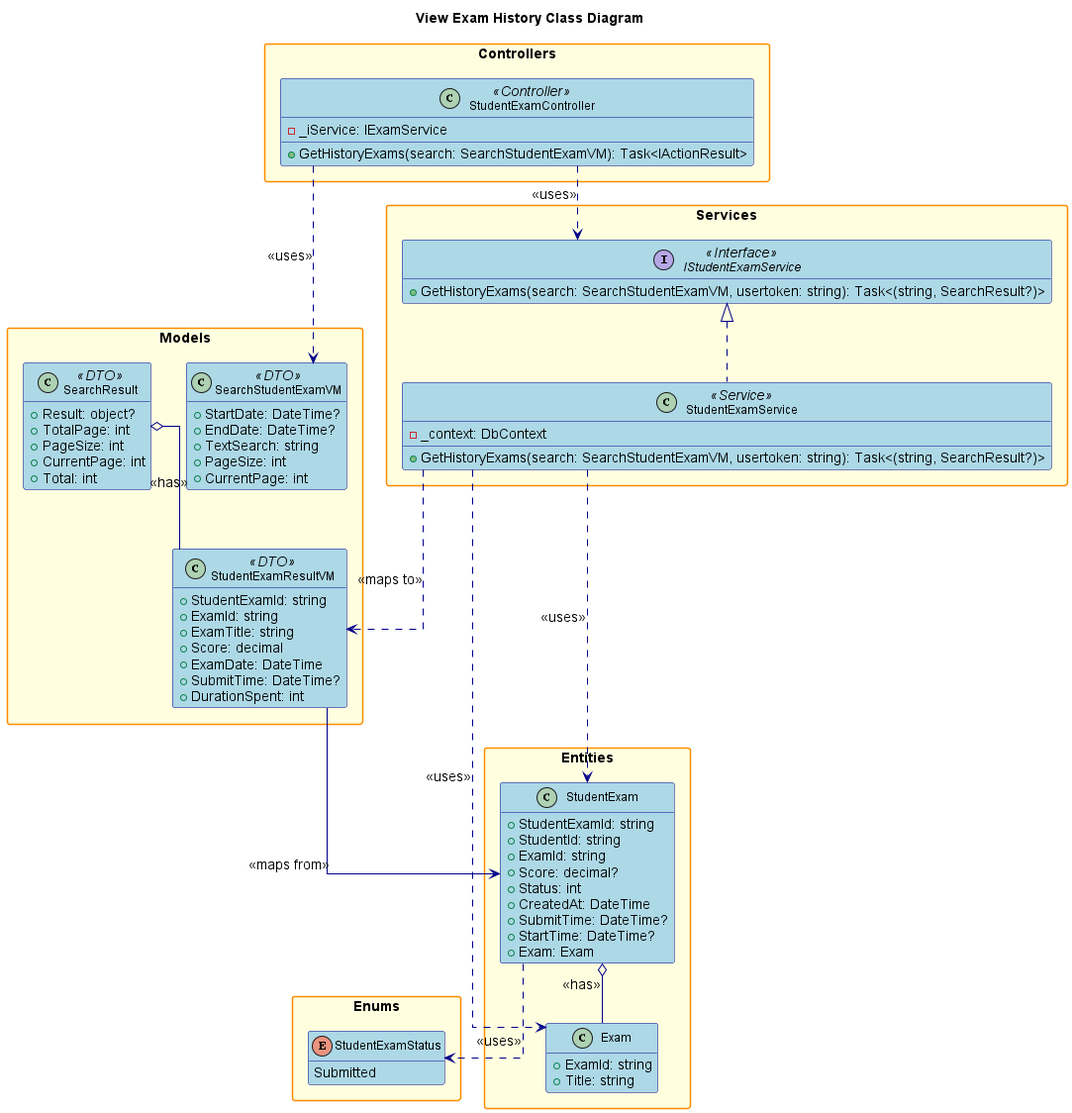
Above: design/out/viewexamhistory/viewexamhistory.png in conghoan1211/AI-Kiosk-Testing-system (PlantUML), before the change.
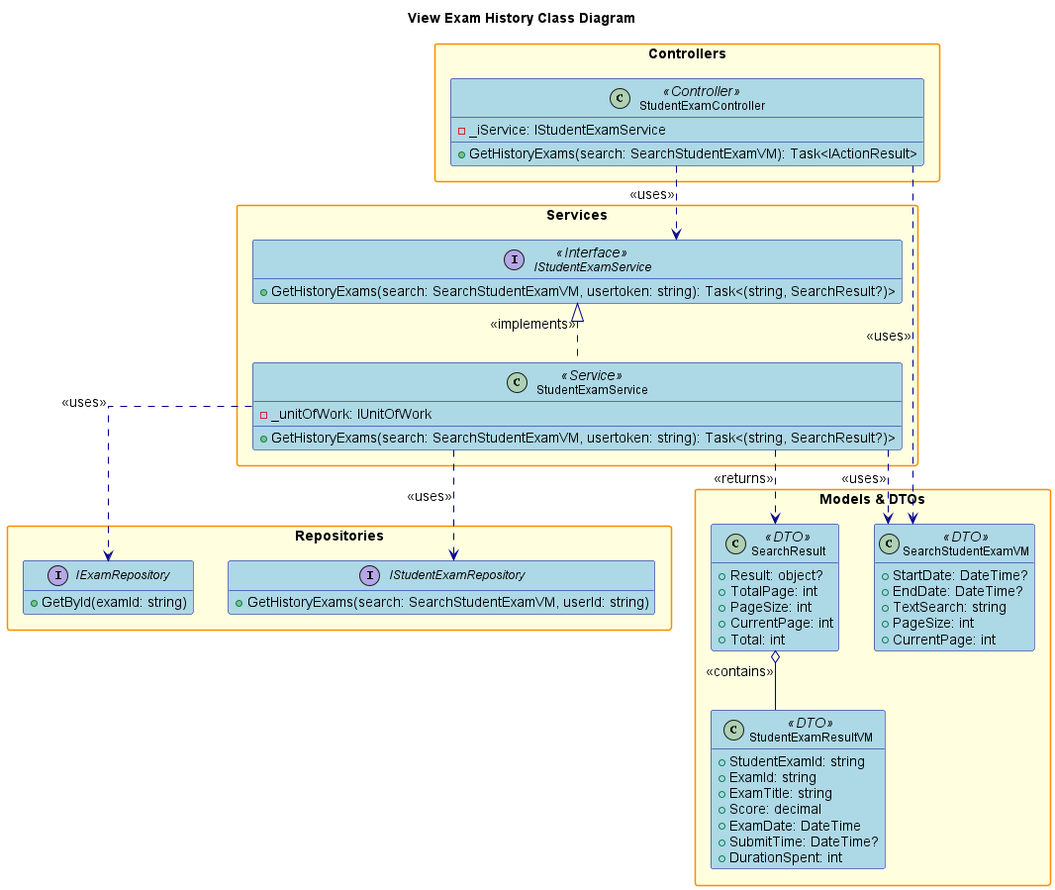
Above is the later version.

What changed in the source:
```diff
@@ -1,6 +1,4 @@
 @startuml
-
-title View Exam History Class Diagram
 
 hide empty members
 skinparam packageStyle rectangle
@@ -25,22 +23,17 @@
     FontSize 14
     FontStyle bold
 }
-
 skinparam interface {
     BackgroundColor LightGreen
     BorderColor DarkGreen
     FontSize 12
 }
 
-skinparam enum {
-    BackgroundColor LightCyan
-    BorderColor DarkCyan
-    FontSize 12
-}
+title View Exam History Class Diagram
 
 package "Controllers" {
     class StudentExamController <<Controller>> {
-        - _iService: IExamService
+        - _iService: IStudentExamService
         + GetHistoryExams(search: SearchStudentExamVM): Task<IActionResult>
     }
 }
@@ -50,12 +43,21 @@
         + GetHistoryExams(search: SearchStudentExamVM, usertoken: string): Task<(string, SearchResult?)>
     }
     class StudentExamService <<Service>> {
-        - _context: DbContext
+        - _unitOfWork: IUnitOfWork
         + GetHistoryExams(search: SearchStudentExamVM, usertoken: string): Task<(string, SearchResult?)>
     }
 }
 
-package "Models" {
+package "Repositories" {
+    interface IStudentExamRepository {
+        + GetHistoryExams(search: SearchStudentExamVM, userId: string)
+    }
+    interface IExamRepository {
+        + GetById(examId: string)
+    }
+}
+
+package "Models & DTOs" {
     class SearchStudentExamVM <<DTO>> {
         + StartDate: DateTime?
         + EndDate: DateTime?
@@ -81,39 +83,13 @@
     }
 }
 
-package "Entities" {
-    class StudentExam {
-        + StudentExamId: string
-        + StudentId: string
-        + ExamId: string
-        + Score: decimal?
-        + Status: int
-        + CreatedAt: DateTime
-        + SubmitTime: DateTime?
-        + StartTime: DateTime?
-        + Exam: Exam
-    }
-    class Exam {
-        + ExamId: string
-        + Title: string
-    }
-}
-
-package "Enums" {
-    enum StudentExamStatus {
-        Submitted
-    }
-}
-
 StudentExamController ..> IStudentExamService : <<uses>>
-IStudentExamService <|.. StudentExamService
 StudentExamController ..> SearchStudentExamVM : <<uses>>
-StudentExamService ..> StudentExam : <<uses>>
-StudentExamService ..> Exam : <<uses>>
-StudentExamService ..> StudentExamResultVM : <<maps to>>
-StudentExam o-- Exam : <<has>>
-StudentExamResultVM --> StudentExam : <<maps from>>
-SearchResult o-- StudentExamResultVM : <<has>>
-StudentExam ..> StudentExamStatus : <<uses>>
+IStudentExamService <|.. StudentExamService : <<implements>>
+StudentExamService ..> SearchStudentExamVM : <<uses>>
+StudentExamService ..> IStudentExamRepository : <<uses>>
+StudentExamService ..> IExamRepository : <<uses>>
+StudentExamService ..> SearchResult : <<returns>>
+SearchResult o-- StudentExamResultVM : <<contains>>
 
 @enduml
```
